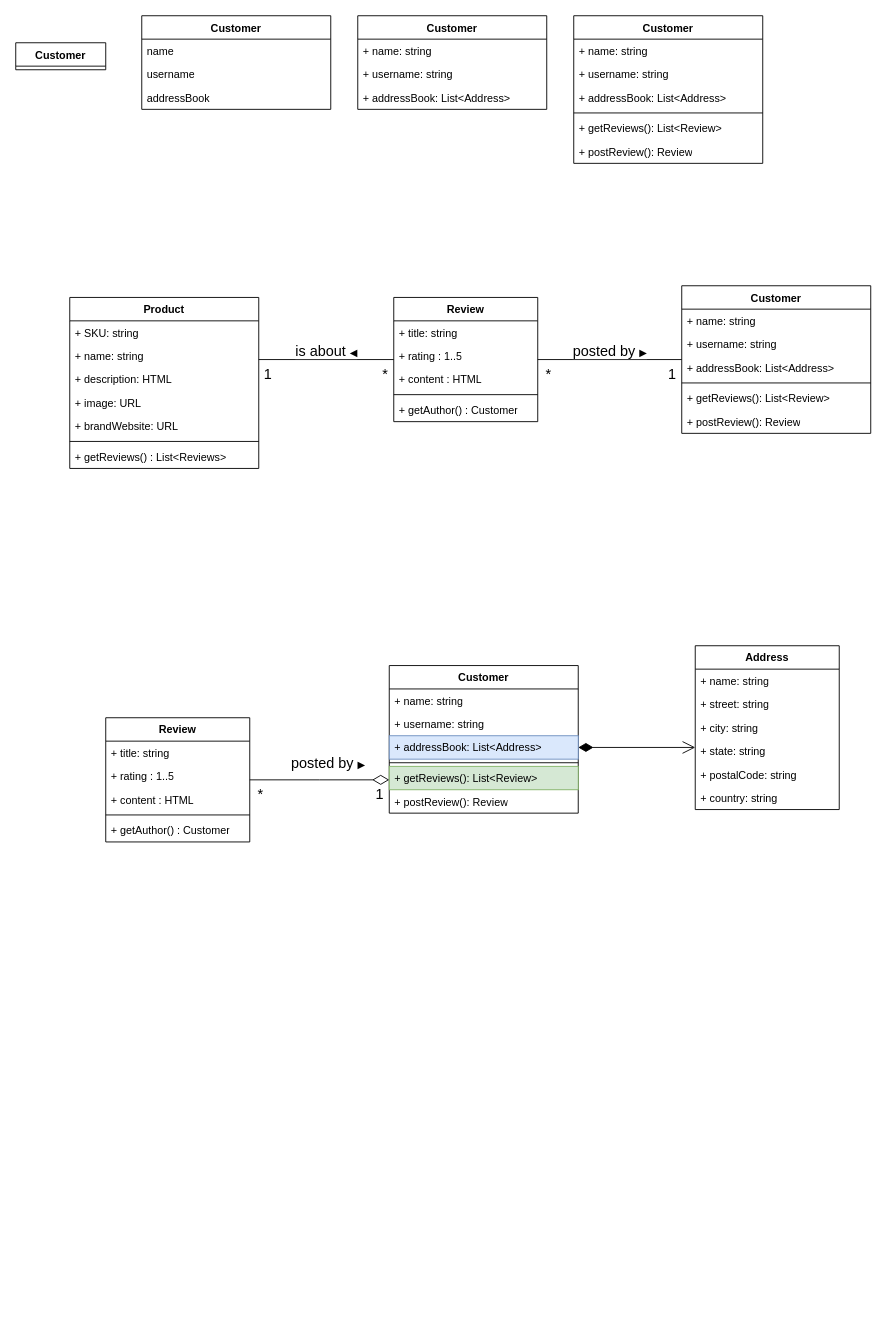
kubiak-calpoly/csc307-team-project keeps this draw.io diagram as Class Diagram Examples.drawio. Above is the earlier version. Source tidied: cells renumbered, new cells numbered last; positions are measured from the earlier drawing's top-left corner, leaving out a move shared by most shapes. Both pictures are drawn from the tidied source at 90%, with x=0, y=0 at pixel (15, 15).
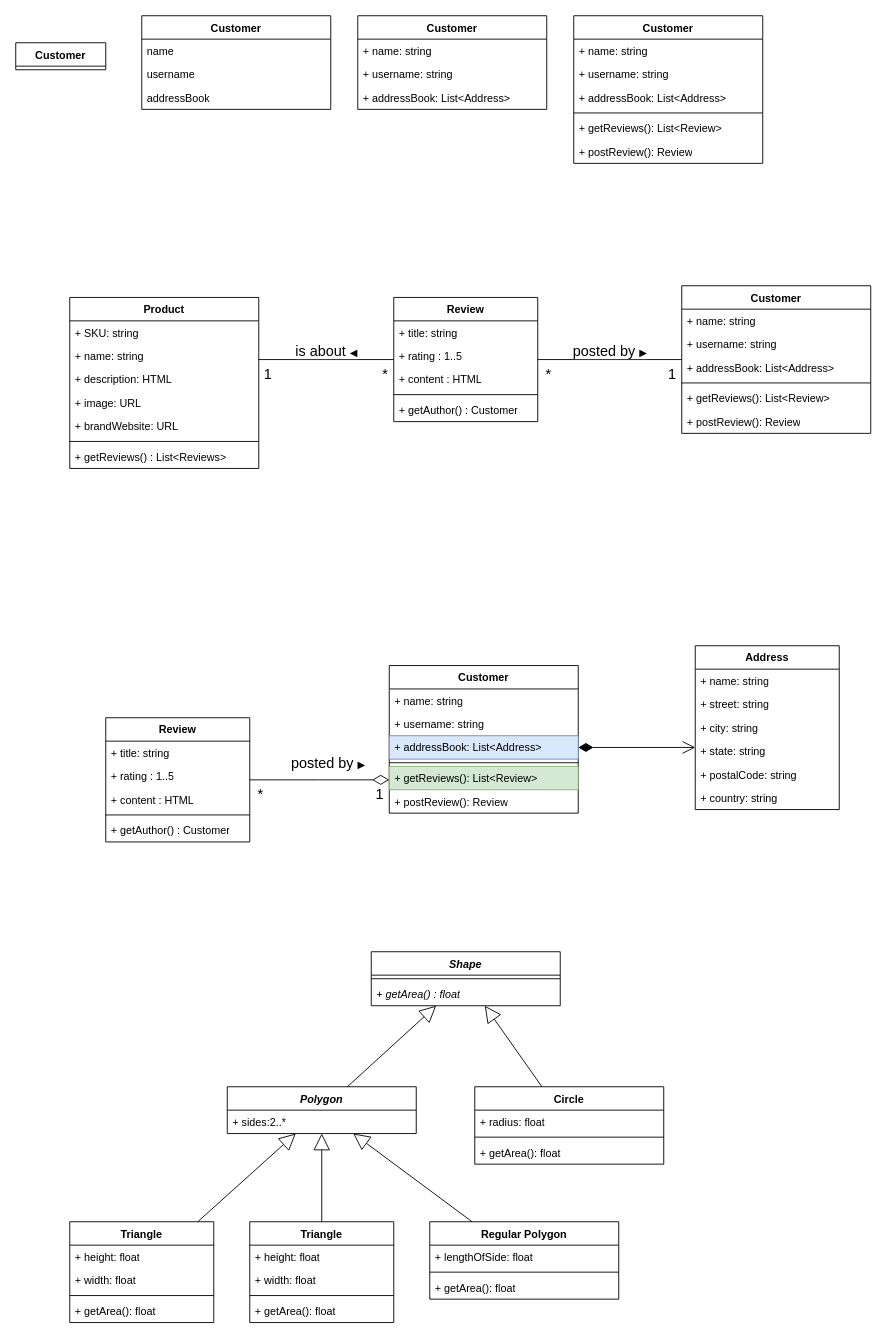
The same diagram, later.

Change to the diagram source:
```diff
@@
+    <mxCell id="69" value="&lt;i&gt;Shape&lt;/i&gt;" style="swimlane;fontStyle=1;align=center;verticalAlign=top;horizontal=1;startSize=26;whiteSpace=wrap;html=1;" parent="1" vertex="1">
+      <mxGeometry x="395" y="1040" width="210" height="60" as="geometry" />
+    </mxCell>
+    <mxCell id="70" style="line;strokeWidth=1;fillColor=none;align=left;verticalAlign=middle;spacingTop=-1;spacingLeft=3;spacingRight=3;labelPosition=right;strokeColor=inherit;" parent="69" vertex="1">
+      <mxGeometry y="26" width="210" height="8" as="geometry" />
+    </mxCell>
+    <mxCell id="71" value="&lt;i&gt;+ getArea() : float&lt;/i&gt;" style="text;strokeColor=none;fillColor=none;align=left;verticalAlign=top;spacingLeft=4;spacingRight=4;overflow=hidden;whiteSpace=wrap;html=1;" parent="69" vertex="1">
+      <mxGeometry y="34" width="210" height="26" as="geometry" />
+    </mxCell>
+    <mxCell id="72" value="&lt;i&gt;Polygon&lt;/i&gt;" style="swimlane;fontStyle=1;align=center;verticalAlign=top;horizontal=1;startSize=26;whiteSpace=wrap;html=1;" parent="1" vertex="1">
+      <mxGeometry x="235" y="1190" width="210" height="52" as="geometry" />
+    </mxCell>
+    <mxCell id="73" value="+ sides:2..*" style="text;strokeColor=none;fillColor=none;align=left;verticalAlign=top;spacingLeft=4;spacingRight=4;overflow=hidden;whiteSpace=wrap;html=1;" parent="72" vertex="1">
+      <mxGeometry y="26" width="210" height="26" as="geometry" />
+    </mxCell>
+    <mxCell id="74" value="Circle" style="swimlane;fontStyle=1;align=center;verticalAlign=top;horizontal=1;startSize=26;whiteSpace=wrap;html=1;" parent="1" vertex="1">
+      <mxGeometry x="510" y="1190" width="210" height="86" as="geometry" />
+    </mxCell>
+    <mxCell id="75" value="+ radius: float" style="text;strokeColor=none;fillColor=none;align=left;verticalAlign=top;spacingLeft=4;spacingRight=4;overflow=hidden;whiteSpace=wrap;html=1;" parent="74" vertex="1">
+      <mxGeometry y="26" width="210" height="26" as="geometry" />
+    </mxCell>
+    <mxCell id="76" style="line;strokeWidth=1;fillColor=none;align=left;verticalAlign=middle;spacingTop=-1;spacingLeft=3;spacingRight=3;labelPosition=right;strokeColor=inherit;" parent="74" vertex="1">
+      <mxGeometry y="52" width="210" height="8" as="geometry" />
+    </mxCell>
+    <mxCell id="77" value="+ getArea(): float" style="text;strokeColor=none;fillColor=none;align=left;verticalAlign=top;spacingLeft=4;spacingRight=4;overflow=hidden;whiteSpace=wrap;html=1;" parent="74" vertex="1">
+      <mxGeometry y="60" width="210" height="26" as="geometry" />
+    </mxCell>
+    <mxCell id="78" value="Regular Polygon" style="swimlane;fontStyle=1;align=center;verticalAlign=top;horizontal=1;startSize=26;whiteSpace=wrap;html=1;" parent="1" vertex="1">
+      <mxGeometry x="460" y="1340" width="210" height="86" as="geometry" />
+    </mxCell>
+    <mxCell id="79" value="+ lengthOfSide: float" style="text;strokeColor=none;fillColor=none;align=left;verticalAlign=top;spacingLeft=4;spacingRight=4;overflow=hidden;whiteSpace=wrap;html=1;" parent="78" vertex="1">
+      <mxGeometry y="26" width="210" height="26" as="geometry" />
+    </mxCell>
+    <mxCell id="80" style="line;strokeWidth=1;fillColor=none;align=left;verticalAlign=middle;spacingTop=-1;spacingLeft=3;spacingRight=3;labelPosition=right;strokeColor=inherit;" parent="78" vertex="1">
+      <mxGeometry y="52" width="210" height="8" as="geometry" />
+    </mxCell>
+    <mxCell id="81" value="+ getArea(): float" style="text;strokeColor=none;fillColor=none;align=left;verticalAlign=top;spacingLeft=4;spacingRight=4;overflow=hidden;whiteSpace=wrap;html=1;" parent="78" vertex="1">
+      <mxGeometry y="60" width="210" height="26" as="geometry" />
+    </mxCell>
+    <mxCell id="82" style="endArrow=block;endSize=16;endFill=0;html=1;rounded=0;" parent="1" edge="1" source="78" target="72">
+      <mxGeometry relative="1" as="geometry" />
+    </mxCell>
+    <mxCell id="83" style="endArrow=block;endSize=16;endFill=0;html=1;rounded=0;" parent="1" edge="1" source="72" target="69">
+      <mxGeometry relative="1" as="geometry" />
+    </mxCell>
+    <mxCell id="84" style="endArrow=block;endSize=16;endFill=0;html=1;rounded=0;" parent="1" edge="1" source="74" target="69">
+      <mxGeometry relative="1" as="geometry" />
+    </mxCell>
+    <mxCell id="85" value="Triangle" style="swimlane;fontStyle=1;align=center;verticalAlign=top;horizontal=1;startSize=26;whiteSpace=wrap;html=1;" parent="1" vertex="1">
+      <mxGeometry x="60" y="1340" width="160" height="112" as="geometry" />
+    </mxCell>
+    <mxCell id="86" value="+ height: float" style="text;strokeColor=none;fillColor=none;align=left;verticalAlign=top;spacingLeft=4;spacingRight=4;overflow=hidden;whiteSpace=wrap;html=1;" parent="85" vertex="1">
+      <mxGeometry y="26" width="160" height="26" as="geometry" />
+    </mxCell>
+    <mxCell id="87" value="+ width: float" style="text;strokeColor=none;fillColor=none;align=left;verticalAlign=top;spacingLeft=4;spacingRight=4;overflow=hidden;whiteSpace=wrap;html=1;" parent="85" vertex="1">
+      <mxGeometry y="52" width="160" height="26" as="geometry" />
+    </mxCell>
+    <mxCell id="88" style="line;strokeWidth=1;fillColor=none;align=left;verticalAlign=middle;spacingTop=-1;spacingLeft=3;spacingRight=3;labelPosition=right;strokeColor=inherit;" parent="85" vertex="1">
+      <mxGeometry y="78" width="160" height="8" as="geometry" />
+    </mxCell>
+    <mxCell id="89" value="+ getArea(): float" style="text;strokeColor=none;fillColor=none;align=left;verticalAlign=top;spacingLeft=4;spacingRight=4;overflow=hidden;whiteSpace=wrap;html=1;" parent="85" vertex="1">
+      <mxGeometry y="86" width="160" height="26" as="geometry" />
+    </mxCell>
+    <mxCell id="90" value="Triangle" style="swimlane;fontStyle=1;align=center;verticalAlign=top;horizontal=1;startSize=26;whiteSpace=wrap;html=1;" parent="1" vertex="1">
+      <mxGeometry x="260" y="1340" width="160" height="112" as="geometry" />
+    </mxCell>
+    <mxCell id="91" value="+ height: float" style="text;strokeColor=none;fillColor=none;align=left;verticalAlign=top;spacingLeft=4;spacingRight=4;overflow=hidden;whiteSpace=wrap;html=1;" parent="90" vertex="1">
+      <mxGeometry y="26" width="160" height="26" as="geometry" />
+    </mxCell>
+    <mxCell id="92" value="+ width: float" style="text;strokeColor=none;fillColor=none;align=left;verticalAlign=top;spacingLeft=4;spacingRight=4;overflow=hidden;whiteSpace=wrap;html=1;" parent="90" vertex="1">
+      <mxGeometry y="52" width="160" height="26" as="geometry" />
+    </mxCell>
+    <mxCell id="93" style="line;strokeWidth=1;fillColor=none;align=left;verticalAlign=middle;spacingTop=-1;spacingLeft=3;spacingRight=3;labelPosition=right;strokeColor=inherit;" parent="90" vertex="1">
+      <mxGeometry y="78" width="160" height="8" as="geometry" />
+    </mxCell>
+    <mxCell id="94" value="+ getArea(): float" style="text;strokeColor=none;fillColor=none;align=left;verticalAlign=top;spacingLeft=4;spacingRight=4;overflow=hidden;whiteSpace=wrap;html=1;" parent="90" vertex="1">
+      <mxGeometry y="86" width="160" height="26" as="geometry" />
+    </mxCell>
+    <mxCell id="95" style="endArrow=block;endSize=16;endFill=0;html=1;rounded=0;" parent="1" edge="1" source="90" target="72">
+      <mxGeometry relative="1" as="geometry" />
+    </mxCell>
+    <mxCell id="96" style="endArrow=block;endSize=16;endFill=0;html=1;rounded=0;" parent="1" edge="1" source="85" target="72">
+      <mxGeometry relative="1" as="geometry" />
+    </mxCell>
```
